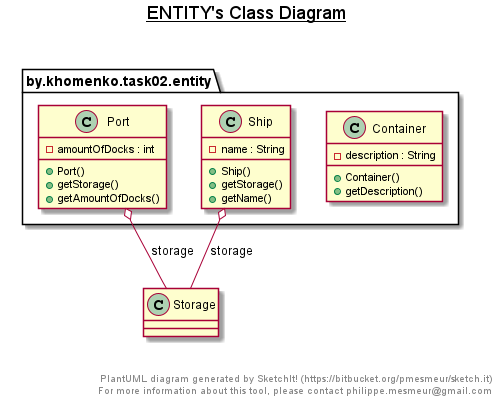
Before: Task02/umldiagramspics/entity.png, a diagram exported from PlantUML (EX22/EpamTraining). The source it was exported from:
```plantuml
@startuml

title __ENTITY's Class Diagram__\n

  package by.khomenko.task02.entity {
    class Container {
        - description : String
        + Container()
        + getDescription()
    }
  }


  package by.khomenko.task02.entity {
    class Port {
        - amountOfDocks : int
        + Port()
        + getStorage()
        + getAmountOfDocks()
    }
  }


  package by.khomenko.task02.entity {
    class Ship {
        - name : String
        + Ship()
        + getStorage()
        + getName()
    }
  }


  Port o-- Storage : storage
  Ship o-- Storage : storage


right footer


PlantUML diagram generated by SketchIt! (https://bitbucket.org/pmesmeur/sketch.it)
For more information about this tool, please contact philippe.mesmeur@gmail.com
endfooter

@enduml
```
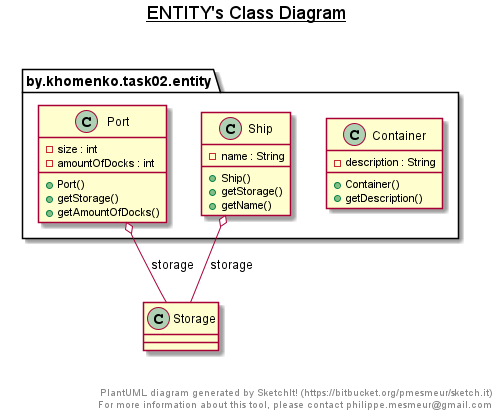
After the change.

The edit, as a diff of the source:
```diff
@@ -10,15 +10,16 @@
     }
   }
 
-
   package by.khomenko.task02.entity {
     class Port {
+        - size : int
         - amountOfDocks : int
         + Port()
         + getStorage()
         + getAmountOfDocks()
     }
   }
+
 
 
   package by.khomenko.task02.entity {
```
